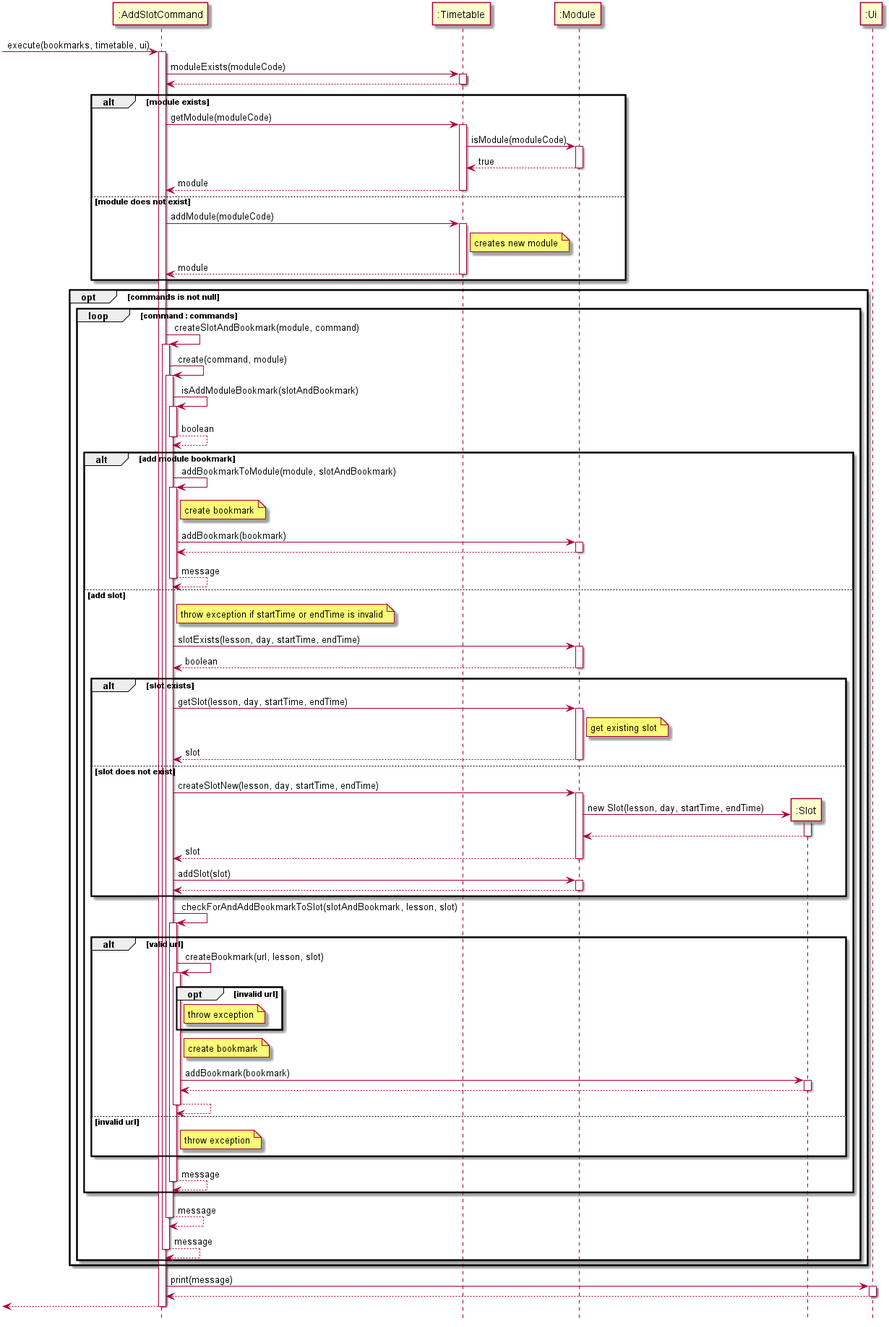
Before: docs/diagrams/addSlotSequenceDiagram.png, a diagram exported from PlantUML (nus-cs2113-AY2021S1/tp).
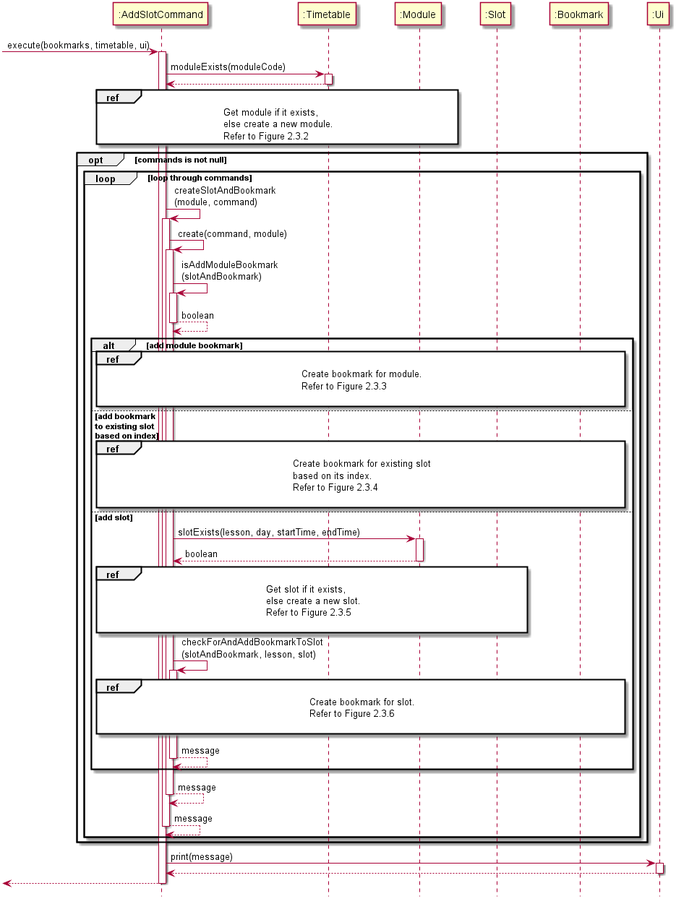
After the change.

Change to the diagram source:
```diff
@@ -5,7 +5,8 @@
 participant ":AddSlotCommand" as AddSlotCommand
 participant ":Timetable" as Timetable
 participant ":Module" as Module
-participant ":Slot" as SlotNew
+participant ":Slot" as Slot
+participant ":Bookmark" as Bookmark
 participant ":Ui" as Ui
 
 
@@ -20,62 +21,47 @@
 Timetable --> AddSlotCommand
 deactivate Timetable
 
-alt module exists
-    AddSlotCommand -> Timetable : getModule(moduleCode)
-    activate Timetable
-
-    Timetable -> Module : isModule(moduleCode)
-    activate Module
-
-    Module --> Timetable : true
-    deactivate Module
-
-    Timetable --> AddSlotCommand : module
-    deactivate Timetable
-
-else module does not exist
-    AddSlotCommand -> Timetable : addModule(moduleCode)
-    activate Timetable
-
-    note right of Timetable : creates new module
-
-
-    Timetable --> AddSlotCommand : module
-    deactivate Timetable
-end
+ref over AddSlotCommand, Module
+    Get module if it exists,
+    else create a new module.
+    Refer to Figure 2.3.2
+end ref
 
 opt commands is not null
-    loop command : commands
-        AddSlotCommand -> AddSlotCommand : createSlotAndBookmark(module, command)
+    loop loop through commands
+        AddSlotCommand -> AddSlotCommand : createSlotAndBookmark\n(module, command)
         activate AddSlotCommand
 
         AddSlotCommand -> AddSlotCommand : create(command, module)
         activate AddSlotCommand
 
-        AddSlotCommand -> AddSlotCommand : isAddModuleBookmark(slotAndBookmark)
+        AddSlotCommand -> AddSlotCommand : isAddModuleBookmark\n(slotAndBookmark)
         activate AddSlotCommand
 
         AddSlotCommand --> AddSlotCommand : boolean
         deactivate AddSlotCommand
 
         alt add module bookmark
-            AddSlotCommand -> AddSlotCommand : addBookmarkToModule(module, slotAndBookmark)
-            activate AddSlotCommand
-
-            note right of AddSlotCommand : create bookmark
 
 
-            AddSlotCommand -> Module : addBookmark(bookmark)
-            activate Module
+            ref over AddSlotCommand, Bookmark
+                Create bookmark for module.
+                Refer to Figure 2.3.3
 
-            Module --> AddSlotCommand
-            deactivate Module
+            end ref
 
-            AddSlotCommand --> AddSlotCommand : message
-            deactivate AddSlotCommand
+
+        else add bookmark \nto existing slot \nbased on index
+
+
+            ref over AddSlotCommand, Bookmark
+                Create bookmark for existing slot
+                based on its index.
+                Refer to Figure 2.3.4
+
+            end ref
+
         else add slot
-
-            note right of AddSlotCommand : throw exception if startTime or endTime is invalid
 
             AddSlotCommand -> Module : slotExists(lesson, day, startTime, endTime)
             activate Module
@@ -83,60 +69,21 @@
             Module --> AddSlotCommand : boolean
             deactivate Module
 
-            alt slot exists
-                AddSlotCommand -> Module : getSlot(lesson, day, startTime, endTime)
-                activate Module
+            ref over AddSlotCommand, Slot
+                Get slot if it exists,
+                else create a new slot.
+                Refer to Figure 2.3.5
 
-                note right of Module : get existing slot
+            end ref
 
-
-                Module --> AddSlotCommand : slot
-                deactivate Module
-            else slot does not exist
-                AddSlotCommand -> Module : createSlotNew(lesson, day, startTime, endTime)
-                activate Module
-
-                Module -> SlotNew ** : new Slot(lesson, day, startTime, endTime)
-                activate SlotNew
-
-                SlotNew --> Module
-                deactivate SlotNew
-
-                Module --> AddSlotCommand : slot
-                deactivate Module
-
-                AddSlotCommand -> Module : addSlot(slot)
-                activate Module
-
-                Module --> AddSlotCommand
-                deactivate Module
-            end
-
-            AddSlotCommand -> AddSlotCommand : checkForAndAddBookmarkToSlot(slotAndBookmark, lesson, slot)
+            AddSlotCommand -> AddSlotCommand : checkForAndAddBookmarkToSlot\n(slotAndBookmark, lesson, slot)
             activate AddSlotCommand
 
-            alt valid url
-                AddSlotCommand -> AddSlotCommand : createBookmark(url, lesson, slot)
-                activate AddSlotCommand
+            ref over AddSlotCommand, Bookmark
+                Create bookmark for slot.
+                Refer to Figure 2.3.6
 
-                opt invalid url
-                    note right of AddSlotCommand : throw exception
-                end
-
-                note right of AddSlotCommand : create bookmark
-
-
-                AddSlotCommand -> SlotNew : addBookmark(bookmark)
-                activate SlotNew
-
-                SlotNew --> AddSlotCommand
-                deactivate SlotNew
-
-                AddSlotCommand --> AddSlotCommand
-                deactivate AddSlotCommand
-            else invalid url
-                note right of AddSlotCommand : throw exception
-            end
+            end ref
 
             AddSlotCommand --> AddSlotCommand : message
             deactivate AddSlotCommand
```
